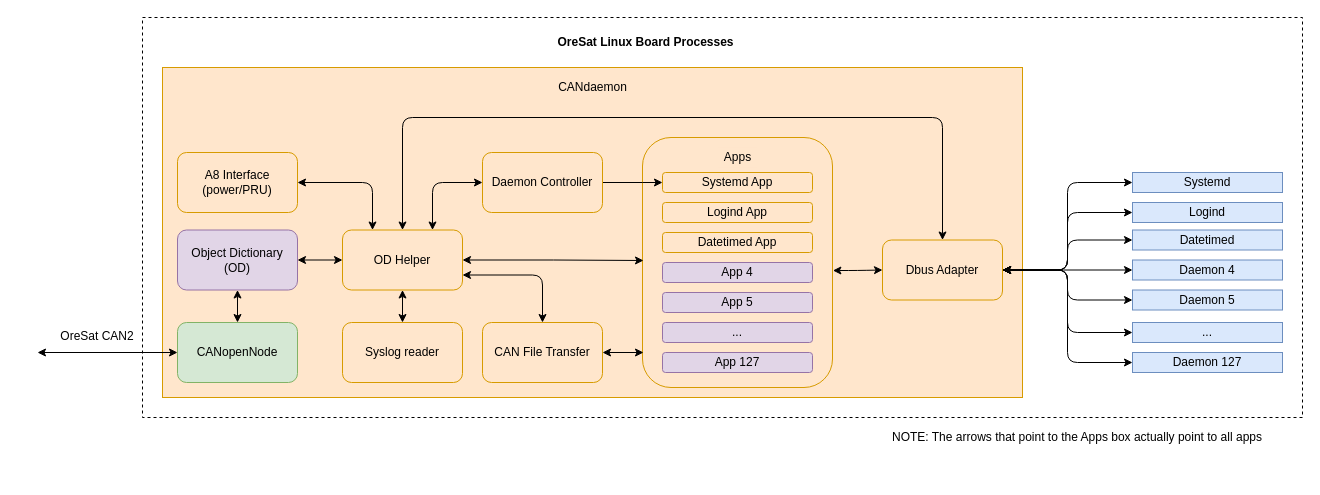
oresat/oresat-linux-manager keeps this draw.io diagram as docs/OreSatLinuxDiagram.drawio. Above is the earlier version. Source tidied: cells renumbered, new cells numbered last; positions are measured from the earlier drawing's top-left corner, leaving out a move shared by most shapes. Both pictures are drawn from the tidied source at 100%, with x=0, y=0 at pixel (17, 17).
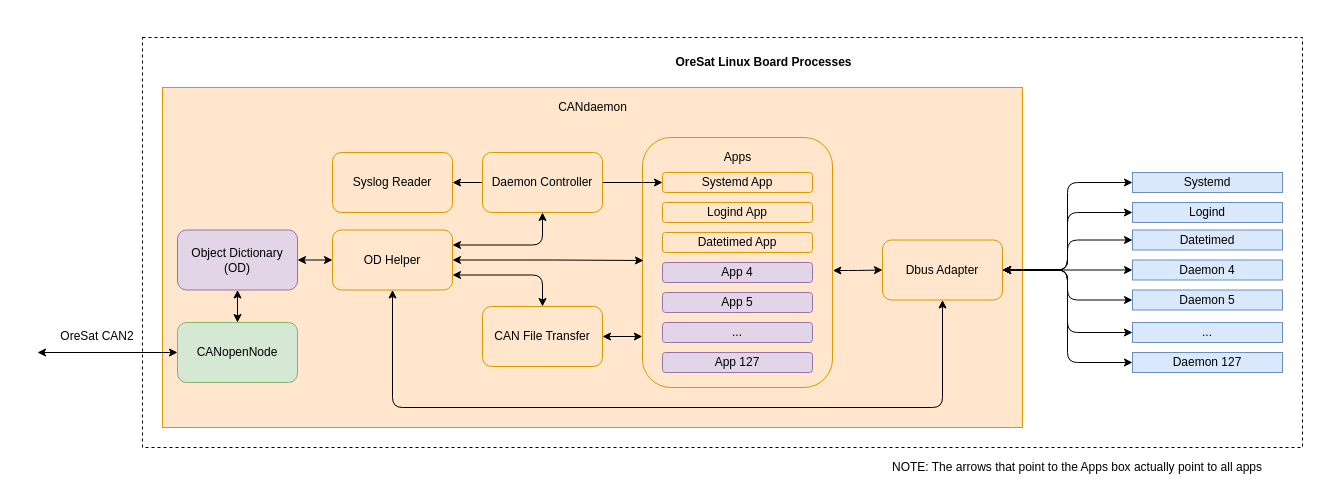
Above is the later version.

The change refers to these unchanged cells:
```xml
<mxCell id="21" style="rounded=1;whiteSpace=wrap;html=1;strokeColor=#d79b00;fillColor=#ffe6cc;" parent="1" vertex="1">
  <mxGeometry x="625" y="120" width="190" height="250" as="geometry" />
</mxCell>
<mxCell id="46" value="Dbus Adapter" style="rounded=1;whiteSpace=wrap;html=1;strokeColor=#d79b00;fillColor=#ffe6cc;" parent="1" vertex="1">
  <mxGeometry x="865" y="222.5" width="120" height="60" as="geometry" />
</mxCell>
<mxCell id="49" value="Daemon Controller" style="rounded=1;whiteSpace=wrap;html=1;strokeColor=#d79b00;fillColor=#ffe6cc;" parent="1" vertex="1">
  <mxGeometry x="465" y="135" width="120" height="60" as="geometry" />
</mxCell>
```

What changed in the source:
```diff
@@
     <mxCell id="2" style="rounded=0;whiteSpace=wrap;html=1;dashed=1;" parent="1" vertex="1">
-      <mxGeometry x="125" width="1160" height="400" as="geometry" />
+      <mxGeometry x="125" y="20" width="1160" height="410" as="geometry" />
     </mxCell>
@@
     <mxCell id="4" value="&lt;b&gt;OreSat Linux Board Processes&lt;/b&gt;" style="text;html=1;strokeColor=none;fillColor=none;align=center;verticalAlign=middle;whiteSpace=wrap;rounded=0;dashed=1;" parent="1" vertex="1">
-      <mxGeometry x="517" y="20" width="223" height="10" as="geometry" />
+      <mxGeometry x="635" y="40" width="223" height="10" as="geometry" />
     </mxCell>
     <mxCell id="5" style="rounded=0;whiteSpace=wrap;html=1;fillColor=#ffe6cc;strokeColor=#d79b00;" parent="1" vertex="1">
-      <mxGeometry x="145" y="50" width="860" height="330" as="geometry" />
+      <mxGeometry x="145" y="70" width="860" height="340" as="geometry" />
     </mxCell>
     <mxCell id="6" value="CANdaemon" style="text;html=1;align=center;verticalAlign=middle;" parent="1" vertex="1">
-      <mxGeometry x="530" y="60" width="90" height="20" as="geometry" />
+      <mxGeometry x="530" y="80" width="90" height="20" as="geometry" />
     </mxCell>
@@
-    <mxCell id="13" style="edgeStyle=orthogonalEdgeStyle;rounded=1;jettySize=auto;html=1;startArrow=classic;startFill=1;entryX=1;entryY=0.5;entryDx=0;entryDy=0;exitX=0.25;exitY=0;exitDx=0;exitDy=0;" parent="1" edge="1" source="15" target="16">
-      <mxGeometry relative="1" as="geometry">
-        <Array as="points">
-          <mxPoint x="355" y="165" />
-        </Array>
-      </mxGeometry>
-    </mxCell>
-    <mxCell id="14" style="edgeStyle=orthogonalEdgeStyle;rounded=0;jettySize=auto;html=1;startArrow=classic;startFill=1;" parent="1" edge="1" source="15" target="17">
-      <mxGeometry relative="1" as="geometry" />
-    </mxCell>
     <mxCell id="15" value="OD Helper" style="rounded=1;whiteSpace=wrap;html=1;strokeColor=#d79b00;fillColor=#ffe6cc;" parent="1" vertex="1">
-      <mxGeometry x="325" y="212.5" width="120" height="60" as="geometry" />
+      <mxGeometry x="315" y="212.5" width="120" height="60" as="geometry" />
     </mxCell>
-    <mxCell id="16" value="A8 Interface&lt;br&gt;(power/PRU)" style="rounded=1;whiteSpace=wrap;html=1;strokeColor=#d79b00;fillColor=#ffe6cc;" parent="1" vertex="1">
-      <mxGeometry x="160" y="135" width="120" height="60" as="geometry" />
-    </mxCell>
-    <mxCell id="17" value="Syslog reader" style="rounded=1;whiteSpace=wrap;html=1;strokeColor=#d79b00;fillColor=#ffe6cc;" parent="1" vertex="1">
-      <mxGeometry x="325" y="305" width="120" height="60" as="geometry" />
-    </mxCell>
-    <mxCell id="18" style="edgeStyle=orthogonalEdgeStyle;rounded=1;jettySize=auto;html=1;startArrow=classic;startFill=1;entryX=0.5;entryY=0;entryDx=0;entryDy=0;exitX=0.5;exitY=0;exitDx=0;exitDy=0;" parent="1" edge="1" source="46" target="15">
+    <mxCell id="18" style="edgeStyle=orthogonalEdgeStyle;rounded=1;jettySize=auto;html=1;startArrow=classic;startFill=1;exitX=0.5;exitY=1;exitDx=0;exitDy=0;entryX=0.5;entryY=1;entryDx=0;entryDy=0;" parent="1" edge="1" source="46" target="15">
       <mxGeometry relative="1" as="geometry">
         <Array as="points">
-          <mxPoint x="925" y="100" />
-          <mxPoint x="385" y="100" />
+          <mxPoint x="925" y="390" />
+          <mxPoint x="375" y="390" />
         </Array>
       </mxGeometry>
     </mxCell>
     <mxCell id="19" value="NOTE: The arrows that point to the Apps box actually point to all apps" style="text;html=1;strokeColor=none;fillColor=none;align=center;verticalAlign=middle;whiteSpace=wrap;rounded=0;" parent="1" vertex="1">
-      <mxGeometry x="835" y="410" width="450" height="20" as="geometry" />
+      <mxGeometry x="835" y="440" width="450" height="20" as="geometry" />
     </mxCell>
@@
-    <mxCell id="43" style="edgeStyle=orthogonalEdgeStyle;rounded=0;jettySize=auto;html=1;startArrow=classic;startFill=1;endArrow=classic;endFill=1;exitX=1;exitY=0.5;exitDx=0;exitDy=0;" parent="1" edge="1" source="44">
-      <mxGeometry relative="1" as="geometry">
-        <mxPoint x="626" y="335" as="targetPoint" />
-      </mxGeometry>
+    <mxCell id="43" style="edgeStyle=orthogonalEdgeStyle;rounded=0;jettySize=auto;html=1;startArrow=classic;startFill=1;endArrow=classic;endFill=1;exitX=1;exitY=0.5;exitDx=0;exitDy=0;entryX=-0.001;entryY=0.796;entryDx=0;entryDy=0;entryPerimeter=0;" parent="1" edge="1" source="44" target="21">
+      <mxGeometry relative="1" as="geometry" />
     </mxCell>
     <mxCell id="44" value="CAN File Transfer" style="rounded=1;whiteSpace=wrap;html=1;strokeColor=#d79b00;fillColor=#ffe6cc;" parent="1" vertex="1">
-      <mxGeometry x="465" y="305" width="120" height="60" as="geometry" />
+      <mxGeometry x="465" y="289" width="120" height="60" as="geometry" />
     </mxCell>
@@
-    <mxCell id="47" style="edgeStyle=orthogonalEdgeStyle;rounded=1;jettySize=auto;html=1;startArrow=classic;startFill=1;endArrow=classic;endFill=1;entryX=0.75;entryY=0;entryDx=0;entryDy=0;exitX=0;exitY=0.5;exitDx=0;exitDy=0;" parent="1" edge="1" source="49" target="15">
+    <mxCell id="47" style="edgeStyle=orthogonalEdgeStyle;rounded=1;jettySize=auto;html=1;startArrow=classic;startFill=1;endArrow=classic;endFill=1;entryX=1;entryY=0.25;entryDx=0;entryDy=0;exitX=0.5;exitY=1;exitDx=0;exitDy=0;" parent="1" edge="1" source="49" target="15">
       <mxGeometry relative="1" as="geometry">
         <Array as="points">
-          <mxPoint x="415" y="165" />
+          <mxPoint x="525" y="228" />
         </Array>
       </mxGeometry>
     </mxCell>
@@
+    <mxCell id="52" style="edgeStyle=orthogonalEdgeStyle;rounded=0;jettySize=auto;html=1;" parent="1" edge="1" source="49" target="53">
+      <mxGeometry relative="1" as="geometry" />
+    </mxCell>
@@
+    <mxCell id="53" value="Syslog Reader" style="rounded=1;whiteSpace=wrap;html=1;strokeColor=#d79b00;fillColor=#ffe6cc;" parent="1" vertex="1">
+      <mxGeometry x="315" y="135" width="120" height="60" as="geometry" />
+    </mxCell>
```
